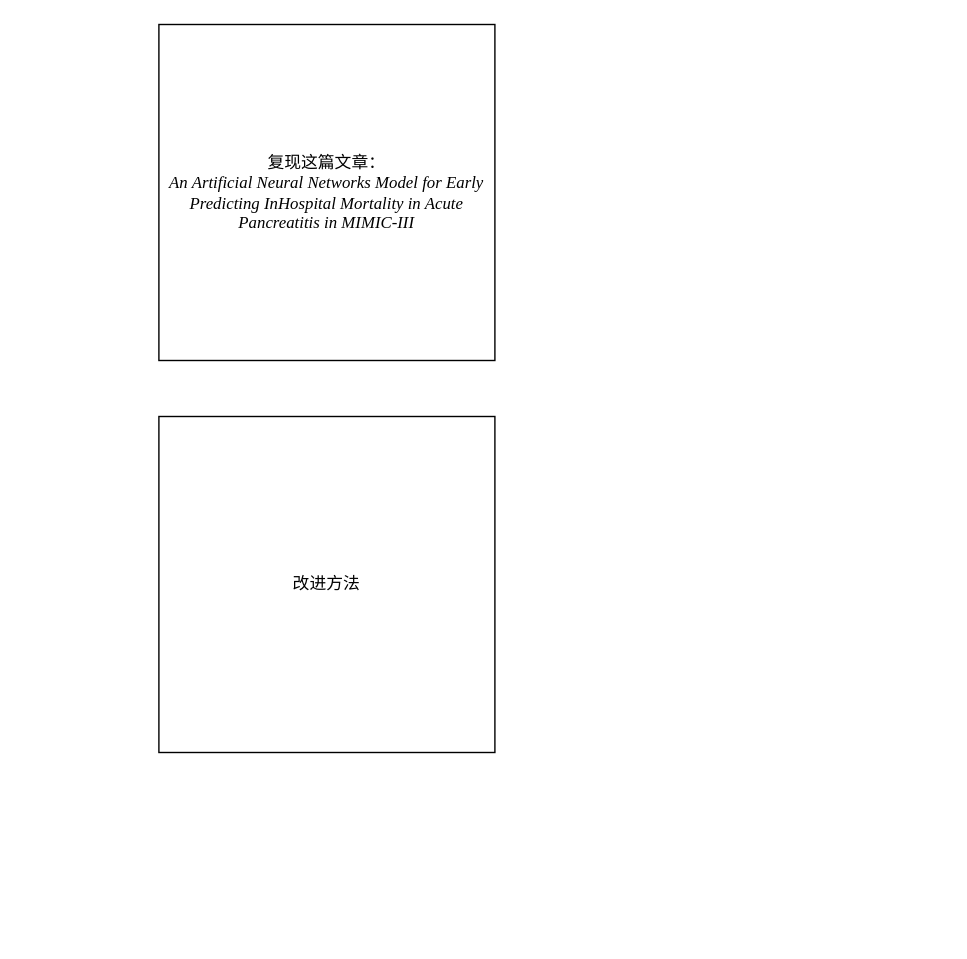
Earlier version of the draw.io diagram roadmap.drawio (sitdownkevin/ImageHosting). Source tidied: cells renumbered, new cells numbered last; positions are measured from the earlier drawing's top-left corner, leaving out a move shared by most shapes. Both pictures are drawn from the tidied source at 140%, with x=0, y=0 at pixel (158, 24).
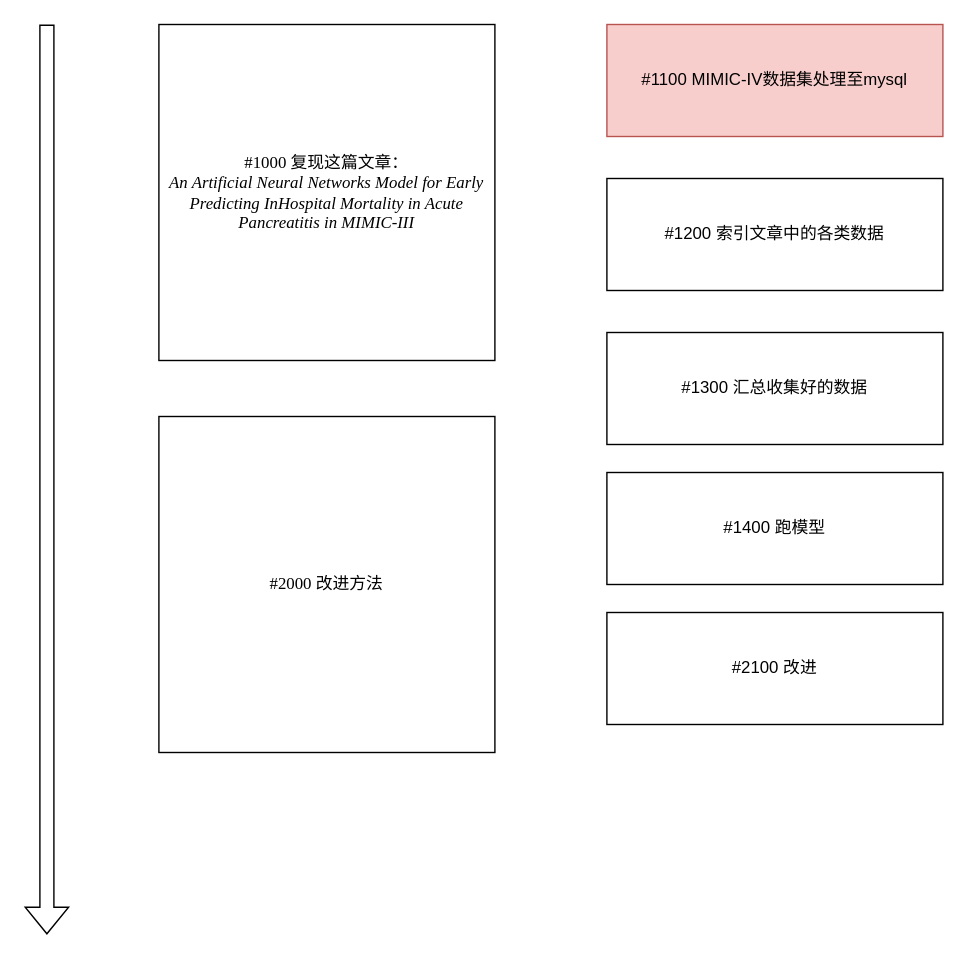
After the change.

Change to the diagram source:
```diff
@@
 <mxGraphModel>
   <root>
     <mxCell id="0" />
     <mxCell id="1" parent="0" />
-    <mxCell id="2" value="&lt;font face=&quot;Times New Roman&quot;&gt;复现这篇文章：&lt;br&gt;&lt;i&gt;An Artificial Neural Networks Model for Early Predicting InHospital Mortality in Acute Pancreatitis in MIMIC-III&lt;/i&gt;&lt;/font&gt;" style="whiteSpace=wrap;html=1;align=center;verticalAlign=middle;" parent="1" vertex="1">
+    <mxCell id="2" value="&lt;font face=&quot;Times New Roman&quot;&gt;#1000 复现这篇文章：&lt;br&gt;&lt;i&gt;An Artificial Neural Networks Model for Early Predicting InHospital Mortality in Acute Pancreatitis in MIMIC-III&lt;/i&gt;&lt;/font&gt;" style="whiteSpace=wrap;html=1;align=center;verticalAlign=middle;" parent="1" vertex="1">
       <mxGeometry width="240" height="240" as="geometry" />
     </mxCell>
-    <mxCell id="3" value="&lt;font face=&quot;Times New Roman&quot;&gt;改进方法&lt;/font&gt;" style="whiteSpace=wrap;html=1;align=center;verticalAlign=middle;" parent="1" vertex="1">
+    <mxCell id="3" value="&lt;font face=&quot;Times New Roman&quot;&gt;#2000 改进方法&lt;/font&gt;" style="whiteSpace=wrap;html=1;align=center;verticalAlign=middle;" parent="1" vertex="1">
       <mxGeometry y="280" width="240" height="240" as="geometry" />
     </mxCell>
+    <mxCell id="4" style="shape=flexArrow;endArrow=classic;html=1;rounded=0;" parent="1" edge="1">
+      <mxGeometry relative="1" as="geometry">
+        <mxPoint x="-80" as="sourcePoint" />
+        <mxPoint x="-80" y="650" as="targetPoint" />
+      </mxGeometry>
+    </mxCell>
+    <mxCell id="5" value="#1100 MIMIC-IV数据集处理至mysql" style="rounded=0;whiteSpace=wrap;html=1;fillColor=#f8cecc;strokeColor=#b85450;" parent="1" vertex="1">
+      <mxGeometry x="320" width="240" height="80" as="geometry" />
+    </mxCell>
+    <mxCell id="6" value="#1200 索引文章中的各类数据" style="rounded=0;whiteSpace=wrap;html=1;" parent="1" vertex="1">
+      <mxGeometry x="320" y="110" width="240" height="80" as="geometry" />
+    </mxCell>
+    <mxCell id="7" value="#1300 汇总收集好的数据" style="rounded=0;whiteSpace=wrap;html=1;" parent="1" vertex="1">
+      <mxGeometry x="320" y="220" width="240" height="80" as="geometry" />
+    </mxCell>
+    <mxCell id="8" value="#1400 跑模型" style="rounded=0;whiteSpace=wrap;html=1;" parent="1" vertex="1">
+      <mxGeometry x="320" y="320" width="240" height="80" as="geometry" />
+    </mxCell>
+    <mxCell id="9" value="#2100 改进" style="rounded=0;whiteSpace=wrap;html=1;" parent="1" vertex="1">
+      <mxGeometry x="320" y="420" width="240" height="80" as="geometry" />
+    </mxCell>
   </root>
 </mxGraphModel>
```
